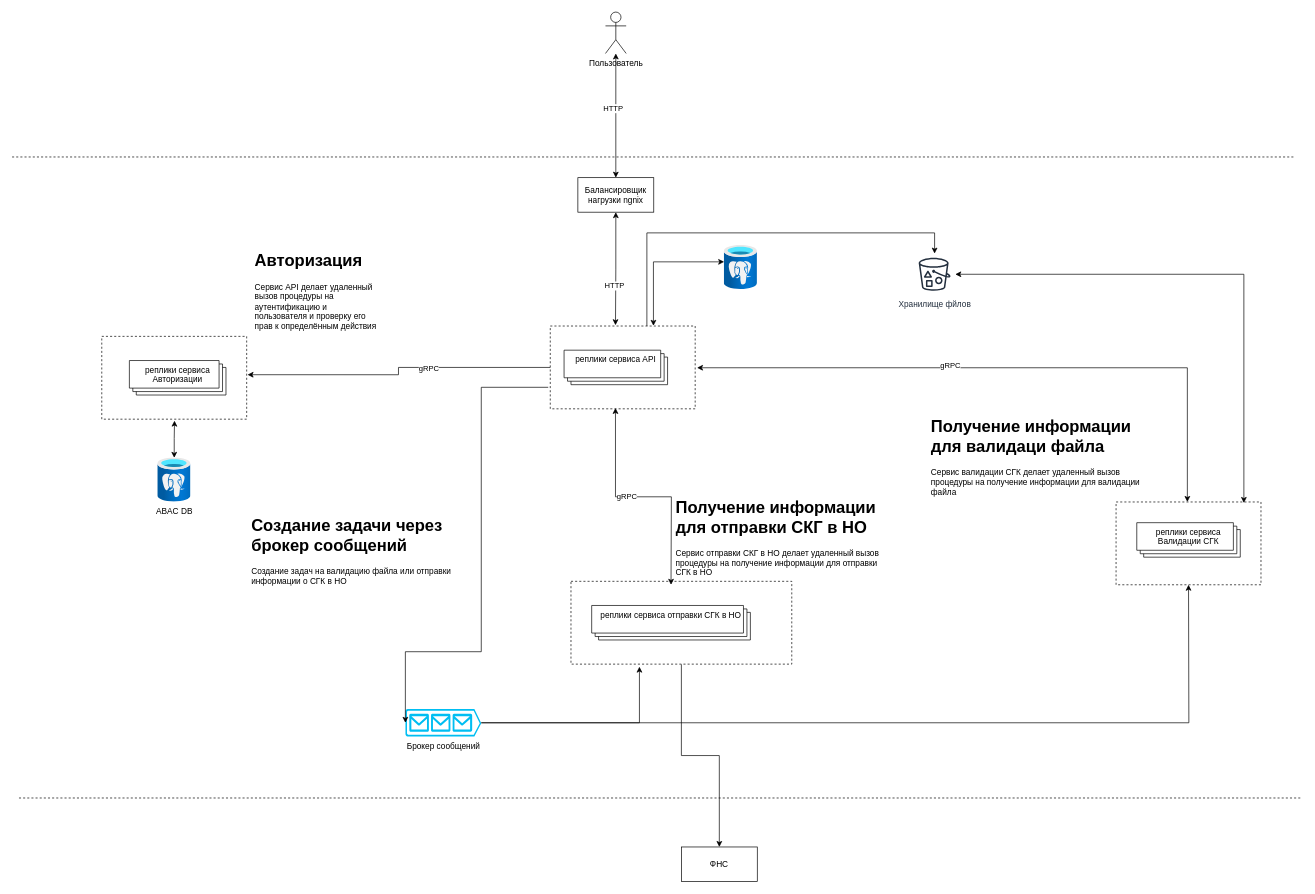
p1ck0/draws keeps this draw.io diagram as Диаграмма без названия.drawio. Above is the earlier version. Source tidied: cells renumbered, new cells numbered last; positions are measured from the earlier drawing's top-left corner, leaving out a move shared by most shapes. Both pictures are drawn from the tidied source at 69%, with x=0, y=0 at pixel (12, 12).
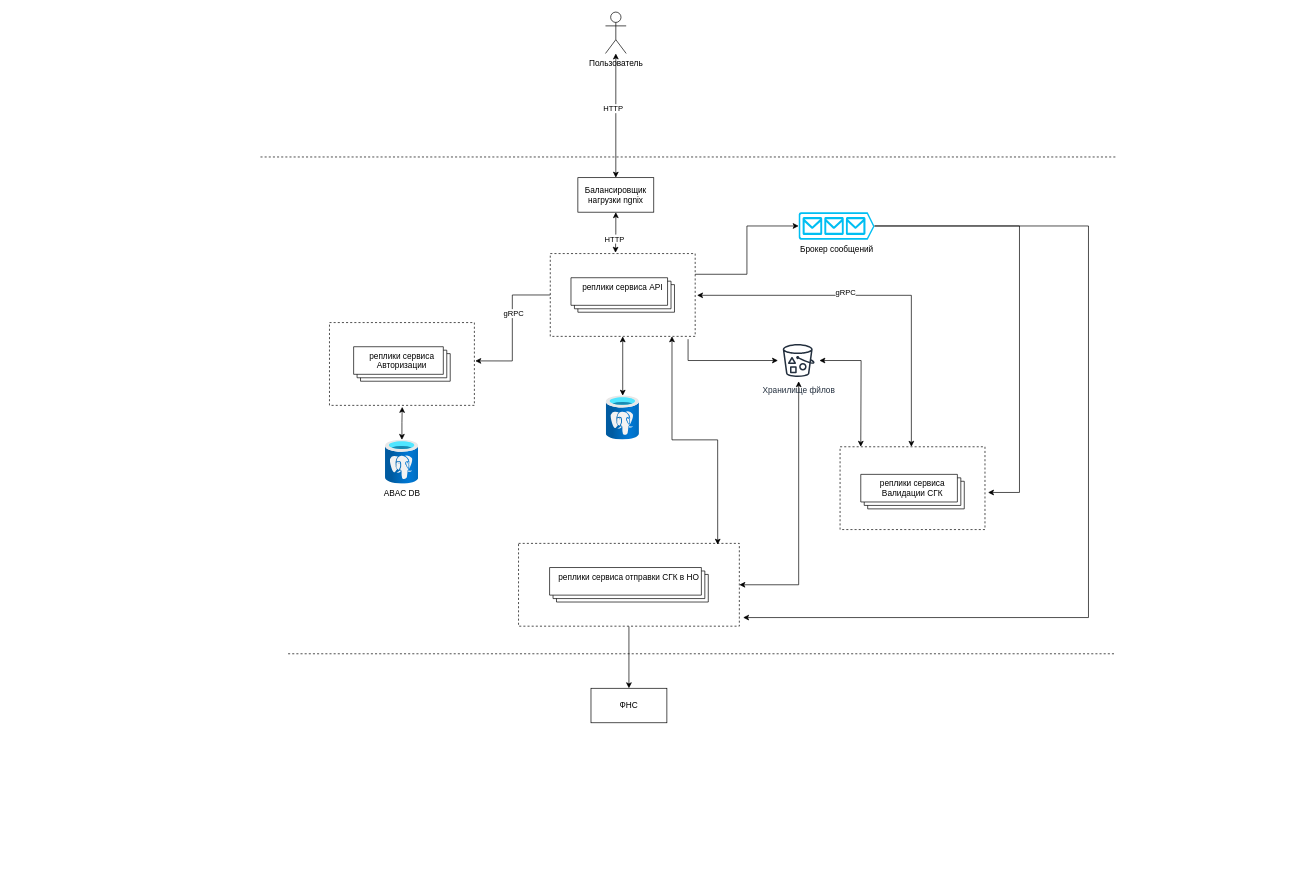
After the change.

Change to the diagram source:
```diff
@@
+    <mxCell id="41" style="edgeStyle=orthogonalEdgeStyle;rounded=0;jettySize=auto;html=1;startArrow=classic;startFill=1;" parent="1" edge="1" source="3" target="27">
+      <mxGeometry relative="1" as="geometry" />
+    </mxCell>
     <mxCell id="3" style="verticalLabelPosition=bottom;verticalAlign=top;html=1;shape=mxgraph.basic.rect;fillColor2=none;strokeWidth=1;size=20;indent=5;dashed=1;" parent="1" vertex="1">
-      <mxGeometry x="810" y="825" width="320" height="120" as="geometry" />
+      <mxGeometry x="734" y="770" width="320" height="120" as="geometry" />
     </mxCell>
     <mxCell id="4" style="verticalLabelPosition=bottom;verticalAlign=top;html=1;shape=mxgraph.basic.rect;fillColor2=none;strokeWidth=1;size=20;indent=5;dashed=1;" parent="1" vertex="1">
-      <mxGeometry x="1600" y="710" width="210" height="120" as="geometry" />
+      <mxGeometry x="1200" y="630" width="210" height="120" as="geometry" />
     </mxCell>
     <mxCell id="5" style="verticalLabelPosition=bottom;verticalAlign=top;html=1;shape=mxgraph.basic.rect;fillColor2=none;strokeWidth=1;size=20;indent=5;dashed=1;" parent="1" vertex="1">
-      <mxGeometry x="130" y="470" width="210" height="120" as="geometry" />
+      <mxGeometry x="460" y="450" width="210" height="120" as="geometry" />
     </mxCell>
-    <mxCell id="6" style="edgeStyle=orthogonalEdgeStyle;rounded=0;jettySize=auto;html=1;" parent="1" edge="1" source="7" target="27">
+    <mxCell id="6" style="edgeStyle=orthogonalEdgeStyle;rounded=0;jettySize=auto;html=1;exitX=0.951;exitY=1.034;exitDx=0;exitDy=0;exitPerimeter=0;" parent="1" edge="1" source="7" target="27">
       <mxGeometry relative="1" as="geometry">
         <Array as="points">
-          <mxPoint x="920" y="320" />
-          <mxPoint x="1337" y="320" />
+          <mxPoint x="980" y="505" />
         </Array>
       </mxGeometry>
     </mxCell>
+    <mxCell id="42" style="edgeStyle=orthogonalEdgeStyle;rounded=0;jettySize=auto;html=1;startArrow=classic;startFill=1;" parent="1" edge="1" source="7" target="25">
+      <mxGeometry relative="1" as="geometry" />
+    </mxCell>
     <mxCell id="7" style="verticalLabelPosition=bottom;verticalAlign=top;html=1;shape=mxgraph.basic.rect;fillColor2=none;strokeWidth=1;size=20;indent=5;dashed=1;" parent="1" vertex="1">
-      <mxGeometry x="780" y="455" width="210" height="120" as="geometry" />
+      <mxGeometry x="780" y="350" width="210" height="120" as="geometry" />
     </mxCell>
@@
-    <mxCell id="10" style="edgeStyle=orthogonalEdgeStyle;rounded=0;jettySize=auto;html=1;startArrow=classic;startFill=1;exitX=0.45;exitY=0.99;exitDx=0;exitDy=0;exitPerimeter=0;" parent="1" edge="1" source="7">
-      <mxGeometry relative="1" as="geometry">
-        <mxPoint x="955" y="830" as="targetPoint" />
-      </mxGeometry>
-    </mxCell>
-    <mxCell id="11" value="gRPC" style="edgeLabel;html=1;align=center;verticalAlign=middle;" parent="10" vertex="1">
-      <mxGeometry x="-0.14" y="2" relative="1" as="geometry">
-        <mxPoint y="1" as="offset" />
-      </mxGeometry>
-    </mxCell>
     <mxCell id="12" value="реплики сервиса API" style="verticalAlign=top;html=1;shape=mxgraph.basic.layered_rect;dx=10;whiteSpace=wrap;" parent="1" vertex="1">
-      <mxGeometry x="800" y="490" width="150" height="50" as="geometry" />
+      <mxGeometry x="810" y="385" width="150" height="50" as="geometry" />
     </mxCell>
     <mxCell id="13" value="реплики сервиса Авторизации" style="verticalAlign=top;html=1;shape=mxgraph.basic.layered_rect;dx=10;whiteSpace=wrap;" parent="1" vertex="1">
-      <mxGeometry x="170" y="505" width="140" height="50" as="geometry" />
+      <mxGeometry x="495" y="485" width="140" height="50" as="geometry" />
     </mxCell>
     <mxCell id="14" value="реплики сервиса Валидации СГК" style="verticalAlign=top;html=1;shape=mxgraph.basic.layered_rect;dx=10;whiteSpace=wrap;" parent="1" vertex="1">
-      <mxGeometry x="1630" y="740" width="150" height="50" as="geometry" />
+      <mxGeometry x="1230" y="670" width="150" height="50" as="geometry" />
     </mxCell>
     <mxCell id="15" value="реплики сервиса отправки СГК в НО" style="verticalAlign=top;html=1;shape=mxgraph.basic.layered_rect;dx=10;whiteSpace=wrap;" parent="1" vertex="1">
-      <mxGeometry x="840" y="860" width="230" height="50" as="geometry" />
+      <mxGeometry x="779" y="805" width="230" height="50" as="geometry" />
     </mxCell>
@@
     <mxCell id="23" value="ABAC DB" style="image;html=1;points=[];align=center;fontSize=12;image=img/lib/azure2/databases/Azure_Database_PostgreSQL_Server.svg;" parent="1" vertex="1">
-      <mxGeometry x="211" y="646" width="48" height="64" as="geometry" />
+      <mxGeometry x="541" y="620" width="48" height="64" as="geometry" />
     </mxCell>
-    <mxCell id="24" style="edgeStyle=orthogonalEdgeStyle;rounded=0;jettySize=auto;html=1;entryX=0.712;entryY=-0.003;entryDx=0;entryDy=0;startArrow=classic;startFill=1;entryPerimeter=0;" parent="1" edge="1" source="25" target="7">
-      <mxGeometry relative="1" as="geometry">
-        <Array as="points">
-          <mxPoint x="930" y="362" />
-          <mxPoint x="930" y="455" />
-        </Array>
-      </mxGeometry>
-    </mxCell>
     <mxCell id="25" style="image;html=1;points=[];align=center;fontSize=12;image=img/lib/azure2/databases/Azure_Database_PostgreSQL_Server.svg;" parent="1" vertex="1">
-      <mxGeometry x="1032" y="338" width="48" height="64" as="geometry" />
+      <mxGeometry x="861" y="556" width="48" height="64" as="geometry" />
     </mxCell>
-    <mxCell id="26" style="edgeStyle=orthogonalEdgeStyle;rounded=0;jettySize=auto;html=1;entryX=0.882;entryY=0.012;entryDx=0;entryDy=0;startArrow=classic;startFill=1;entryPerimeter=0;" parent="1" edge="1" source="27" target="4">
-      <mxGeometry relative="1" as="geometry" />
+    <mxCell id="26" style="edgeStyle=orthogonalEdgeStyle;rounded=0;jettySize=auto;html=1;startArrow=classic;startFill=1;" parent="1" edge="1" source="27">
+      <mxGeometry relative="1" as="geometry">
+        <mxPoint x="1230" y="630" as="targetPoint" />
+      </mxGeometry>
     </mxCell>
     <mxCell id="27" value="Хранилище фйлов" style="sketch=0;outlineConnect=0;fontColor=#232F3E;gradientColor=none;strokeColor=#232F3E;fillColor=#ffffff;dashed=0;verticalLabelPosition=bottom;verticalAlign=top;align=center;html=1;fontSize=12;fontStyle=0;shape=mxgraph.aws4.resourceIcon;resIcon=mxgraph.aws4.bucket_with_objects;" parent="1" vertex="1">
-      <mxGeometry x="1307" y="350" width="60" height="60" as="geometry" />
+      <mxGeometry x="1110" y="475" width="60" height="60" as="geometry" />
     </mxCell>
-    <mxCell id="28" style="edgeStyle=orthogonalEdgeStyle;rounded=0;jettySize=auto;html=1;" parent="1" edge="1" source="29">
-      <mxGeometry relative="1" as="geometry">
-        <mxPoint x="1705" y="830" as="targetPoint" />
-      </mxGeometry>
-    </mxCell>
     <mxCell id="29" value="Брокер сообщений" style="verticalLabelPosition=bottom;html=1;verticalAlign=top;align=center;strokeColor=none;fillColor=#00BEF2;shape=mxgraph.azure.queue_generic;" parent="1" vertex="1">
-      <mxGeometry x="570" y="1010" width="110" height="40" as="geometry" />
+      <mxGeometry x="1140" y="290" width="110" height="40" as="geometry" />
     </mxCell>
-    <mxCell id="30" style="edgeStyle=orthogonalEdgeStyle;rounded=0;jettySize=auto;html=1;entryX=0;entryY=0.5;entryDx=0;entryDy=0;entryPerimeter=0;exitX=-0.014;exitY=0.74;exitDx=0;exitDy=0;exitPerimeter=0;" parent="1" edge="1" source="7" target="29">
-      <mxGeometry relative="1" as="geometry">
-        <Array as="points">
-          <mxPoint x="680" y="544" />
-          <mxPoint x="680" y="927" />
-          <mxPoint x="570" y="927" />
-        </Array>
-      </mxGeometry>
-    </mxCell>
-    <mxCell id="31" value="&lt;h1 style=&quot;margin-top: 0px;&quot;&gt;Авторизация&lt;/h1&gt;&lt;div&gt;Сервис API делает удаленный вызов процедуры на аутентификацию и пользователя и проверку его прав к определённым действия&lt;/div&gt;" style="text;html=1;whiteSpace=wrap;overflow=hidden;rounded=0;" parent="1" vertex="1">
-      <mxGeometry x="350" y="340" width="180" height="120" as="geometry" />
-    </mxCell>
-    <mxCell id="32" value="&lt;h1 style=&quot;margin-top: 0px;&quot;&gt;Создание задачи через брокер сообщений&lt;/h1&gt;&lt;div&gt;Создание задач на валидацию файла или отправки информации о СГК в НО&lt;/div&gt;" style="text;html=1;whiteSpace=wrap;overflow=hidden;rounded=0;" parent="1" vertex="1">
-      <mxGeometry x="345" y="723" width="310" height="187" as="geometry" />
-    </mxCell>
-    <mxCell id="33" value="&lt;h1 style=&quot;margin-top: 0px;&quot;&gt;Получение информации для валидаци файла&lt;/h1&gt;&lt;div&gt;Сервис валидации СГК делает удаленный вызов процедуры на получение информации для валидации файла&lt;/div&gt;" style="text;html=1;whiteSpace=wrap;overflow=hidden;rounded=0;" parent="1" vertex="1">
-      <mxGeometry x="1330" y="580" width="340" height="120" as="geometry" />
-    </mxCell>
-    <mxCell id="34" value="&lt;h1 style=&quot;margin-top: 0px;&quot;&gt;Получение информации для отправки СКГ в НО&lt;/h1&gt;&lt;div&gt;Сервис отправки СКГ в НО делает удаленный вызов процедуры на получение информации для отправки СГК в НО&lt;/div&gt;" style="text;html=1;whiteSpace=wrap;overflow=hidden;rounded=0;" parent="1" vertex="1">
-      <mxGeometry x="960" y="697" width="310" height="120" as="geometry" />
-    </mxCell>
     <mxCell id="35" value="ФНС" style="html=1;whiteSpace=wrap;" parent="1" vertex="1">
-      <mxGeometry x="970" y="1210" width="110" height="50" as="geometry" />
+      <mxGeometry x="839" y="980" width="110" height="50" as="geometry" />
     </mxCell>
     <mxCell id="36" style="endArrow=none;dashed=1;html=1;rounded=0;" parent="1" edge="1">
       <mxGeometry relative="1" as="geometry">
-        <mxPoint y="210" as="sourcePoint" />
-        <mxPoint x="1860" y="210" as="targetPoint" />
+        <mxPoint x="360" y="210" as="sourcePoint" />
+        <mxPoint x="1600" y="210" as="targetPoint" />
       </mxGeometry>
     </mxCell>
     <mxCell id="37" style="endArrow=none;dashed=1;html=1;rounded=0;" parent="1" edge="1">
       <mxGeometry relative="1" as="geometry">
-        <mxPoint x="10" y="1139" as="sourcePoint" />
-        <mxPoint x="1870" y="1139" as="targetPoint" />
+        <mxPoint x="400" y="930" as="sourcePoint" />
+        <mxPoint x="1600" y="930" as="targetPoint" />
       </mxGeometry>
     </mxCell>
@@
+    <mxCell id="43" style="edgeStyle=orthogonalEdgeStyle;rounded=0;jettySize=auto;html=1;entryX=0.902;entryY=0.016;entryDx=0;entryDy=0;entryPerimeter=0;exitX=0.84;exitY=0.999;exitDx=0;exitDy=0;exitPerimeter=0;startArrow=classic;startFill=1;" parent="1" edge="1" source="7" target="3">
+      <mxGeometry relative="1" as="geometry" />
+    </mxCell>
+    <mxCell id="30" style="edgeStyle=orthogonalEdgeStyle;rounded=0;jettySize=auto;html=1;entryX=0;entryY=0.5;entryDx=0;entryDy=0;entryPerimeter=0;" parent="1" edge="1" source="7" target="29">
+      <mxGeometry relative="1" as="geometry">
+        <Array as="points">
+          <mxPoint x="1065" y="380" />
+          <mxPoint x="1065" y="310" />
+        </Array>
+      </mxGeometry>
+    </mxCell>
+    <mxCell id="44" style="edgeStyle=orthogonalEdgeStyle;rounded=0;jettySize=auto;html=1;entryX=1.021;entryY=0.552;entryDx=0;entryDy=0;entryPerimeter=0;" parent="1" edge="1" source="29" target="4">
+      <mxGeometry relative="1" as="geometry">
+        <Array as="points">
+          <mxPoint x="1460" y="310" />
+          <mxPoint x="1460" y="696" />
+        </Array>
+      </mxGeometry>
+    </mxCell>
-    <mxCell id="40" style="edgeStyle=orthogonalEdgeStyle;rounded=0;jettySize=auto;html=1;entryX=0.31;entryY=1.031;entryDx=0;entryDy=0;entryPerimeter=0;" parent="1" edge="1" source="29" target="3">
-      <mxGeometry relative="1" as="geometry" />
+    <mxCell id="40" style="edgeStyle=orthogonalEdgeStyle;rounded=0;jettySize=auto;html=1;entryX=1.017;entryY=0.896;entryDx=0;entryDy=0;entryPerimeter=0;" parent="1" edge="1" source="29" target="3">
+      <mxGeometry relative="1" as="geometry">
+        <Array as="points">
+          <mxPoint x="1560" y="310" />
+          <mxPoint x="1560" y="878" />
+        </Array>
+      </mxGeometry>
     </mxCell>
```
